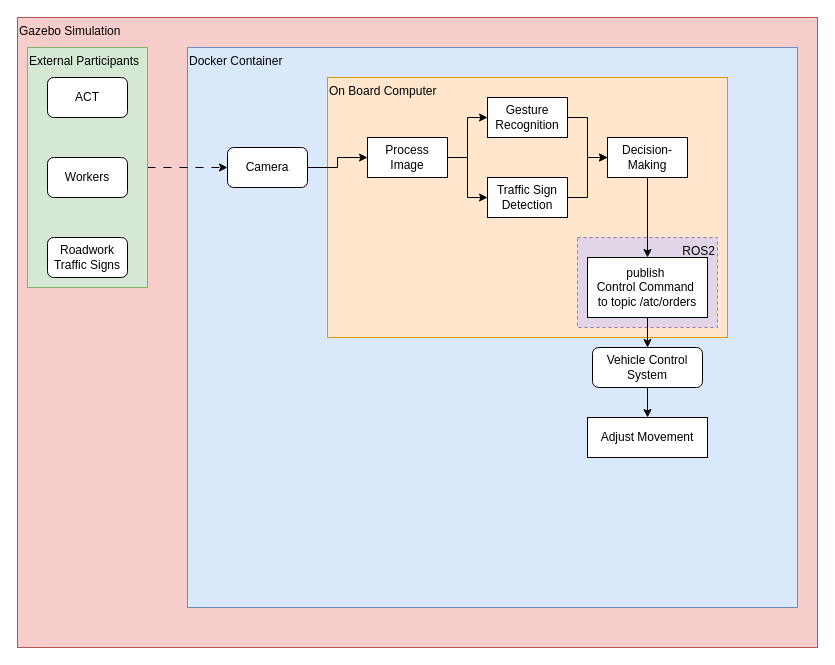
Earlier version of the draw.io diagram MESCC/2nd_year/1st_semester/IACOS/system_diagram.drawio (carlosrijo9/ISEP). Source tidied: cells renumbered, new cells numbered last; positions are measured from the earlier drawing's top-left corner, leaving out a move shared by most shapes. Both pictures are drawn from the tidied source at 100%, with x=0, y=0 at pixel (17, 17).
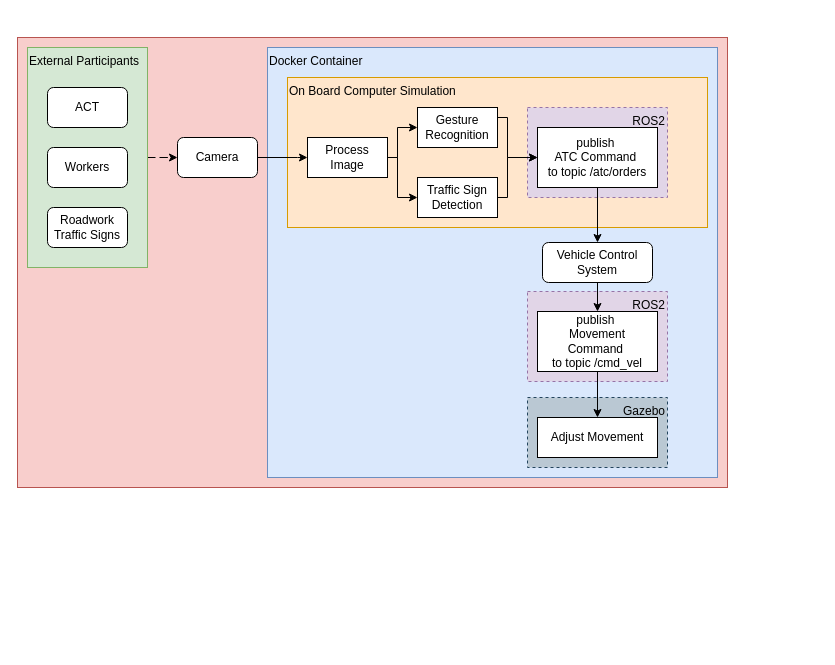
After the change.

The edit, as a diff of the source:
```diff
@@
-    <mxCell id="2" value="Gazebo Simulation" style="rounded=0;whiteSpace=wrap;html=1;fillColor=#f8cecc;verticalAlign=top;align=left;strokeColor=#b85450;" parent="1" vertex="1">
-      <mxGeometry width="800" height="630" as="geometry" />
+    <mxCell id="2" style="rounded=0;whiteSpace=wrap;html=1;fillColor=#f8cecc;verticalAlign=top;align=left;strokeColor=#b85450;" parent="1" vertex="1">
+      <mxGeometry y="20" width="710" height="450" as="geometry" />
     </mxCell>
     <mxCell id="3" value="Docker Container" style="rounded=0;whiteSpace=wrap;html=1;fillColor=#dae8fc;verticalAlign=top;align=left;strokeColor=#6c8ebf;" parent="1" vertex="1">
-      <mxGeometry x="170" y="30" width="610" height="560" as="geometry" />
+      <mxGeometry x="250" y="30" width="450" height="430" as="geometry" />
     </mxCell>
+    <mxCell id="27" value="Gazebo" style="rounded=0;whiteSpace=wrap;html=1;fillColor=#bac8d3;strokeColor=#23445d;dashed=1;verticalAlign=top;align=right;" parent="1" vertex="1">
+      <mxGeometry x="510" y="380" width="140" height="70" as="geometry" />
+    </mxCell>
-    <mxCell id="4" value="On Board Computer" style="rounded=0;whiteSpace=wrap;html=1;fillColor=#ffe6cc;verticalAlign=top;align=left;strokeColor=#d79b00;" parent="1" vertex="1">
-      <mxGeometry x="310" y="60" width="400" height="260" as="geometry" />
+    <mxCell id="4" value="On Board Computer Simulation" style="rounded=0;whiteSpace=wrap;html=1;fillColor=#ffe6cc;verticalAlign=top;align=left;strokeColor=#d79b00;" parent="1" vertex="1">
+      <mxGeometry x="270" y="60" width="420" height="150" as="geometry" />
     </mxCell>
     <mxCell id="5" style="edgeStyle=orthogonalEdgeStyle;rounded=0;jettySize=auto;html=1;exitX=1;exitY=0.5;exitDx=0;exitDy=0;entryX=0;entryY=0.5;entryDx=0;entryDy=0;" parent="1" edge="1" source="6" target="14">
       <mxGeometry relative="1" as="geometry">
         <Array as="points">
-          <mxPoint x="320" y="150" />
-          <mxPoint x="320" y="140" />
+          <mxPoint x="280" y="140" />
+          <mxPoint x="280" y="140" />
         </Array>
       </mxGeometry>
     </mxCell>
     <mxCell id="6" value="Camera" style="rounded=1;whiteSpace=wrap;html=1;align=center;verticalAlign=middle;fillColor=default;" parent="1" vertex="1">
-      <mxGeometry x="210" y="130" width="80" height="40" as="geometry" />
+      <mxGeometry x="160" y="120" width="80" height="40" as="geometry" />
     </mxCell>
@@
     <mxCell id="8" value="&lt;div&gt;External Participants&lt;br&gt;&lt;/div&gt;" style="rounded=0;whiteSpace=wrap;html=1;fillColor=#d5e8d4;verticalAlign=top;align=left;strokeColor=#82b366;" parent="1" vertex="1">
-      <mxGeometry x="10" y="30" width="120" height="240" as="geometry" />
+      <mxGeometry x="10" y="30" width="120" height="220" as="geometry" />
     </mxCell>
     <mxCell id="9" value="ACT" style="rounded=1;whiteSpace=wrap;html=1;" parent="1" vertex="1">
-      <mxGeometry x="30" y="60" width="80" height="40" as="geometry" />
+      <mxGeometry x="30" y="70" width="80" height="40" as="geometry" />
     </mxCell>
     <mxCell id="10" value="Workers" style="rounded=1;whiteSpace=wrap;html=1;" parent="1" vertex="1">
-      <mxGeometry x="30" y="140" width="80" height="40" as="geometry" />
+      <mxGeometry x="30" y="130" width="80" height="40" as="geometry" />
     </mxCell>
     <mxCell id="11" value="&lt;div&gt;Roadwork&lt;/div&gt;&lt;div&gt;Traffic Signs&lt;br&gt;&lt;/div&gt;" style="rounded=1;whiteSpace=wrap;html=1;" parent="1" vertex="1">
-      <mxGeometry x="30" y="220" width="80" height="40" as="geometry" />
+      <mxGeometry x="30" y="190" width="80" height="40" as="geometry" />
     </mxCell>
     <mxCell id="12" style="edgeStyle=orthogonalEdgeStyle;rounded=0;jettySize=auto;html=1;entryX=0;entryY=0.5;entryDx=0;entryDy=0;" parent="1" edge="1" source="14" target="16">
-      <mxGeometry relative="1" as="geometry" />
+      <mxGeometry relative="1" as="geometry">
+        <Array as="points">
+          <mxPoint x="380" y="140" />
+          <mxPoint x="380" y="110" />
+        </Array>
+      </mxGeometry>
     </mxCell>
     <mxCell id="13" style="edgeStyle=orthogonalEdgeStyle;rounded=0;jettySize=auto;html=1;exitX=1;exitY=0.5;exitDx=0;exitDy=0;entryX=0;entryY=0.5;entryDx=0;entryDy=0;" parent="1" edge="1" source="14" target="18">
-      <mxGeometry relative="1" as="geometry" />
+      <mxGeometry relative="1" as="geometry">
+        <Array as="points">
+          <mxPoint x="380" y="140" />
+          <mxPoint x="380" y="180" />
+        </Array>
+      </mxGeometry>
     </mxCell>
     <mxCell id="14" value="Process Image" style="rounded=0;whiteSpace=wrap;html=1;" parent="1" vertex="1">
-      <mxGeometry x="350" y="120" width="80" height="40" as="geometry" />
+      <mxGeometry x="290" y="120" width="80" height="40" as="geometry" />
     </mxCell>
-    <mxCell id="15" style="edgeStyle=orthogonalEdgeStyle;rounded=0;jettySize=auto;html=1;" parent="1" edge="1" source="16" target="19">
-      <mxGeometry relative="1" as="geometry" />
-    </mxCell>
     <mxCell id="16" value="Gesture Recognition" style="rounded=0;whiteSpace=wrap;html=1;" parent="1" vertex="1">
-      <mxGeometry x="470" y="80" width="80" height="40" as="geometry" />
+      <mxGeometry x="400" y="90" width="80" height="40" as="geometry" />
     </mxCell>
-    <mxCell id="17" style="edgeStyle=orthogonalEdgeStyle;rounded=0;jettySize=auto;html=1;exitX=1;exitY=0.5;exitDx=0;exitDy=0;" parent="1" edge="1" source="18" target="19">
-      <mxGeometry relative="1" as="geometry" />
-    </mxCell>
     <mxCell id="18" value="Traffic Sign Detection" style="rounded=0;whiteSpace=wrap;html=1;" parent="1" vertex="1">
-      <mxGeometry x="470" y="160" width="80" height="40" as="geometry" />
+      <mxGeometry x="400" y="160" width="80" height="40" as="geometry" />
     </mxCell>
-    <mxCell id="19" value="Decision-Making" style="rounded=0;whiteSpace=wrap;html=1;" parent="1" vertex="1">
-      <mxGeometry x="590" y="120" width="80" height="40" as="geometry" />
-    </mxCell>
-    <mxCell id="20" style="edgeStyle=orthogonalEdgeStyle;rounded=0;jettySize=auto;html=1;" parent="1" edge="1" source="21" target="22">
-      <mxGeometry relative="1" as="geometry" />
-    </mxCell>
     <mxCell id="21" value="Vehicle Control System" style="rounded=1;whiteSpace=wrap;html=1;" parent="1" vertex="1">
-      <mxGeometry x="575" y="330" width="110" height="40" as="geometry" />
+      <mxGeometry x="525" y="225" width="110" height="40" as="geometry" />
     </mxCell>
     <mxCell id="22" value="Adjust Movement" style="rounded=0;whiteSpace=wrap;html=1;" parent="1" vertex="1">
-      <mxGeometry x="570" y="400" width="120" height="40" as="geometry" />
+      <mxGeometry x="520" y="400" width="120" height="40" as="geometry" />
     </mxCell>
     <mxCell id="23" value="&lt;div align=&quot;right&quot;&gt;ROS2&lt;/div&gt;" style="rounded=0;whiteSpace=wrap;html=1;fillColor=#e1d5e7;strokeColor=#9673a6;dashed=1;verticalAlign=top;align=right;" parent="1" vertex="1">
-      <mxGeometry x="560" y="220" width="140" height="90" as="geometry" />
+      <mxGeometry x="510" y="90" width="140" height="90" as="geometry" />
     </mxCell>
-    <mxCell id="24" style="edgeStyle=orthogonalEdgeStyle;rounded=0;jettySize=auto;html=1;entryX=0.5;entryY=0;entryDx=0;entryDy=0;exitX=0.5;exitY=1;exitDx=0;exitDy=0;" parent="1" edge="1" source="19" target="26">
-      <mxGeometry relative="1" as="geometry" />
-    </mxCell>
@@
-    <mxCell id="26" value="&lt;div&gt;publish&amp;nbsp;&lt;/div&gt;&lt;div&gt;Control Command&amp;nbsp;&lt;/div&gt;&lt;div&gt;to topic /atc/orders&lt;/div&gt;" style="rounded=0;whiteSpace=wrap;html=1;" parent="1" vertex="1">
-      <mxGeometry x="570" y="240" width="120" height="60" as="geometry" />
+    <mxCell id="26" value="&lt;div&gt;publish&amp;nbsp;&lt;/div&gt;&lt;div&gt;ATC Command&amp;nbsp;&lt;/div&gt;&lt;div&gt;to topic /atc/orders&lt;/div&gt;" style="rounded=0;whiteSpace=wrap;html=1;" parent="1" vertex="1">
+      <mxGeometry x="520" y="110" width="120" height="60" as="geometry" />
     </mxCell>
+    <mxCell id="28" value="&lt;div align=&quot;right&quot;&gt;ROS2&lt;/div&gt;" style="rounded=0;whiteSpace=wrap;html=1;fillColor=#e1d5e7;strokeColor=#9673a6;dashed=1;verticalAlign=top;align=right;" parent="1" vertex="1">
+      <mxGeometry x="510" y="274" width="140" height="90" as="geometry" />
+    </mxCell>
+    <mxCell id="20" style="edgeStyle=orthogonalEdgeStyle;rounded=0;jettySize=auto;html=1;" parent="1" edge="1" source="30" target="22">
+      <mxGeometry relative="1" as="geometry" />
+    </mxCell>
+    <mxCell id="29" style="edgeStyle=orthogonalEdgeStyle;rounded=0;jettySize=auto;html=1;" parent="1" edge="1" source="21" target="30">
+      <mxGeometry relative="1" as="geometry" />
+    </mxCell>
+    <mxCell id="30" value="&lt;div&gt;publish&amp;nbsp;&lt;/div&gt;&lt;div&gt;Movement Command&amp;nbsp;&lt;/div&gt;&lt;div&gt;to topic /cmd_vel&lt;/div&gt;" style="rounded=0;whiteSpace=wrap;html=1;" parent="1" vertex="1">
+      <mxGeometry x="520" y="294" width="120" height="60" as="geometry" />
+    </mxCell>
+    <mxCell id="15" style="edgeStyle=orthogonalEdgeStyle;rounded=0;jettySize=auto;html=1;entryX=0;entryY=0.5;entryDx=0;entryDy=0;" parent="1" edge="1" source="16" target="26">
+      <mxGeometry relative="1" as="geometry">
+        <Array as="points">
+          <mxPoint x="490" y="100" />
+          <mxPoint x="490" y="140" />
+        </Array>
+      </mxGeometry>
+    </mxCell>
+    <mxCell id="17" style="edgeStyle=orthogonalEdgeStyle;rounded=0;jettySize=auto;html=1;exitX=1;exitY=0.5;exitDx=0;exitDy=0;entryX=0;entryY=0.5;entryDx=0;entryDy=0;" parent="1" edge="1" source="18" target="26">
+      <mxGeometry relative="1" as="geometry">
+        <Array as="points">
+          <mxPoint x="490" y="180" />
+          <mxPoint x="490" y="140" />
+        </Array>
+      </mxGeometry>
+    </mxCell>
```
